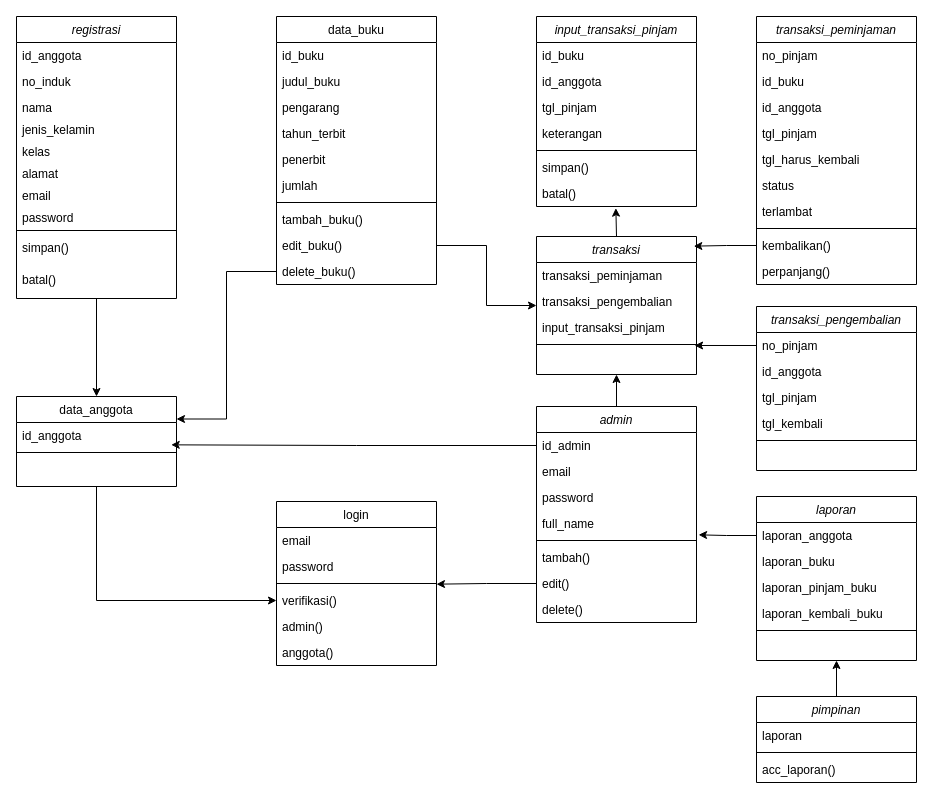
Earlier version of the draw.io diagram Untitled Diagram.drawio (Bangkithari18/draw). Source tidied: cells renumbered, new cells numbered last; positions are measured from the earlier drawing's top-left corner, leaving out a move shared by most shapes. Both pictures are drawn from the tidied source at 100%, with x=0, y=0 at pixel (16, 16).
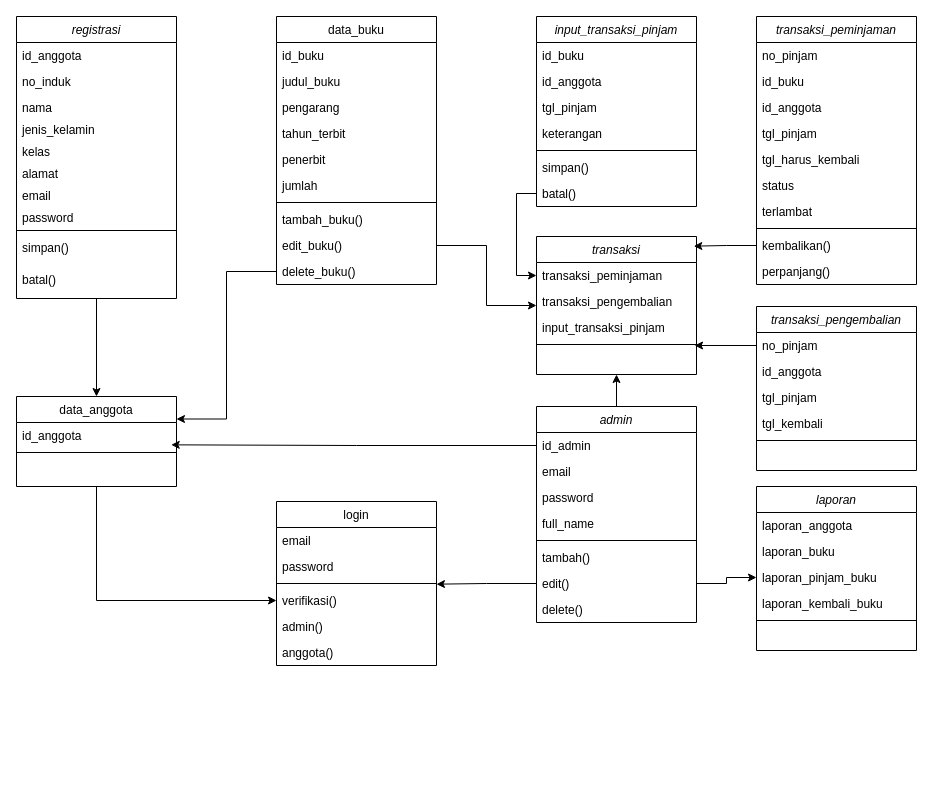
The same diagram, later.

The change refers to these unchanged cells:
```xml
<mxCell id="42" value="full_name" style="text;align=left;verticalAlign=top;spacingLeft=4;spacingRight=4;overflow=hidden;points=[[0,0.5],[1,0.5]];portConstraint=eastwest;rounded=0;shadow=0;html=0;" parent="38" vertex="1">
  <mxGeometry y="104" width="160" height="26" as="geometry" />
</mxCell>
<mxCell id="45" value="edit()" style="text;align=left;verticalAlign=top;spacingLeft=4;spacingRight=4;overflow=hidden;points=[[0,0.5],[1,0.5]];portConstraint=eastwest;" parent="38" vertex="1">
  <mxGeometry y="164" width="160" height="26" as="geometry" />
</mxCell>
<mxCell id="58" value="transaksi" style="swimlane;fontStyle=2;align=center;verticalAlign=top;horizontal=1;startSize=26;rounded=0;shadow=0;strokeWidth=1;" parent="1" vertex="1">
  <mxGeometry x="520" y="220" width="160" height="138" as="geometry" />
</mxCell>
<mxCell id="59" value="transaksi_peminjaman" style="text;align=left;verticalAlign=top;spacingLeft=4;spacingRight=4;overflow=hidden;points=[[0,0.5],[1,0.5]];portConstraint=eastwest;" parent="58" vertex="1">
  <mxGeometry y="26" width="160" height="26" as="geometry" />
</mxCell>
<mxCell id="72" value="batal()" style="text;align=left;verticalAlign=top;spacingLeft=4;spacingRight=4;overflow=hidden;points=[[0,0.5],[1,0.5]];portConstraint=eastwest;rounded=0;shadow=0;html=0;" parent="65" vertex="1">
  <mxGeometry y="164" width="160" height="26" as="geometry" />
</mxCell>
<mxCell id="90" value="laporan_anggota" style="text;align=left;verticalAlign=top;spacingLeft=4;spacingRight=4;overflow=hidden;points=[[0,0.5],[1,0.5]];portConstraint=eastwest;" parent="89" vertex="1">
  <mxGeometry y="26" width="160" height="26" as="geometry" />
</mxCell>
<mxCell id="92" value="laporan_pinjam_buku" style="text;align=left;verticalAlign=top;spacingLeft=4;spacingRight=4;overflow=hidden;points=[[0,0.5],[1,0.5]];portConstraint=eastwest;rounded=0;shadow=0;html=0;" parent="89" vertex="1">
  <mxGeometry y="78" width="160" height="26" as="geometry" />
</mxCell>
```

The edit, as a diff of the source:
```diff
@@
-    <mxCell id="73" style="edgeStyle=orthogonalEdgeStyle;rounded=0;jettySize=auto;html=1;exitX=0.5;exitY=0;exitDx=0;exitDy=0;entryX=0.496;entryY=1.064;entryDx=0;entryDy=0;entryPerimeter=0;" parent="1" edge="1" source="58" target="72">
-      <mxGeometry relative="1" as="geometry" />
-    </mxCell>
@@
-    <mxCell id="76" style="edgeStyle=orthogonalEdgeStyle;rounded=0;jettySize=auto;html=1;entryX=0.5;entryY=1;entryDx=0;entryDy=0;" parent="1" edge="1" source="77" target="89">
-      <mxGeometry relative="1" as="geometry" />
-    </mxCell>
-    <mxCell id="77" value="pimpinan" style="swimlane;fontStyle=2;align=center;verticalAlign=top;horizontal=1;startSize=26;rounded=0;shadow=0;strokeWidth=1;" parent="1" vertex="1">
-      <mxGeometry x="740" y="680" width="160" height="86" as="geometry" />
-    </mxCell>
-    <mxCell id="78" value="laporan" style="text;align=left;verticalAlign=top;spacingLeft=4;spacingRight=4;overflow=hidden;" parent="77" vertex="1">
-      <mxGeometry y="26" width="160" height="26" as="geometry" />
-    </mxCell>
-    <mxCell id="79" style="line;html=1;strokeWidth=1;align=left;verticalAlign=middle;spacingTop=-1;spacingLeft=3;spacingRight=3;labelPosition=right;" parent="77" vertex="1">
-      <mxGeometry y="52" width="160" height="8" as="geometry" />
-    </mxCell>
-    <mxCell id="80" value="acc_laporan()" style="text;align=left;verticalAlign=top;spacingLeft=4;spacingRight=4;overflow=hidden;" parent="77" vertex="1">
-      <mxGeometry y="60" width="160" height="26" as="geometry" />
-    </mxCell>
@@
     <mxCell id="89" value="laporan" style="swimlane;fontStyle=2;align=center;verticalAlign=top;horizontal=1;startSize=26;rounded=0;shadow=0;strokeWidth=1;" parent="1" vertex="1">
-      <mxGeometry x="740" y="480" width="160" height="164" as="geometry" />
+      <mxGeometry x="740" y="470" width="160" height="164" as="geometry" />
     </mxCell>
@@
-    <mxCell id="95" style="edgeStyle=orthogonalEdgeStyle;rounded=0;jettySize=auto;html=1;exitX=0;exitY=0.5;exitDx=0;exitDy=0;entryX=1.013;entryY=0.936;entryDx=0;entryDy=0;entryPerimeter=0;" parent="1" edge="1" source="90" target="42">
-      <mxGeometry relative="1" as="geometry" />
-    </mxCell>
+    <mxCell id="96" style="edgeStyle=orthogonalEdgeStyle;rounded=0;jettySize=auto;html=1;exitX=1;exitY=0.5;exitDx=0;exitDy=0;entryX=0;entryY=0.5;entryDx=0;entryDy=0;" parent="1" edge="1" source="45" target="92">
+      <mxGeometry relative="1" as="geometry" />
+    </mxCell>
+    <mxCell id="97" style="edgeStyle=orthogonalEdgeStyle;rounded=0;jettySize=auto;html=1;exitX=0;exitY=0.5;exitDx=0;exitDy=0;entryX=0;entryY=0.5;entryDx=0;entryDy=0;" parent="1" edge="1" source="72" target="59">
+      <mxGeometry relative="1" as="geometry" />
+    </mxCell>
```
